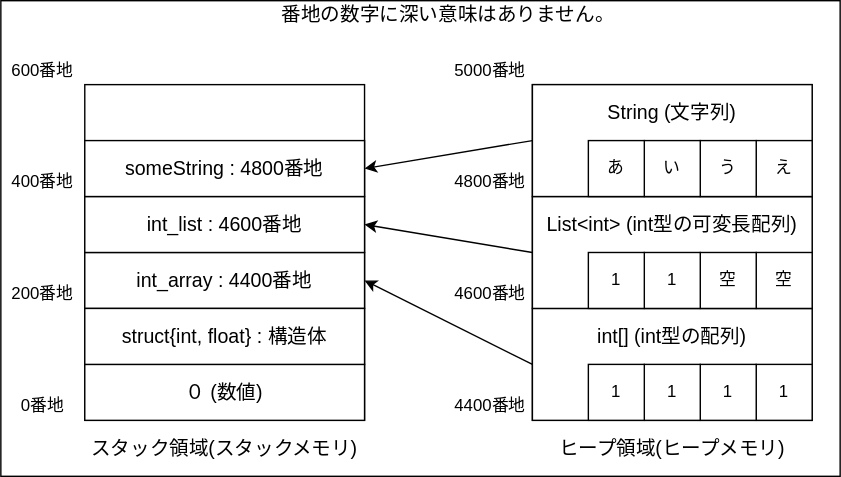
Above: Assets/Document/GCCollect/memory.drawio.svg in yusuke-ota/YuruMobPrograming (draw.io), before the change. Source tidied: cells renumbered, new cells last; positions are measured from the earlier drawing's top-left corner, leaving out a move shared by most shapes.
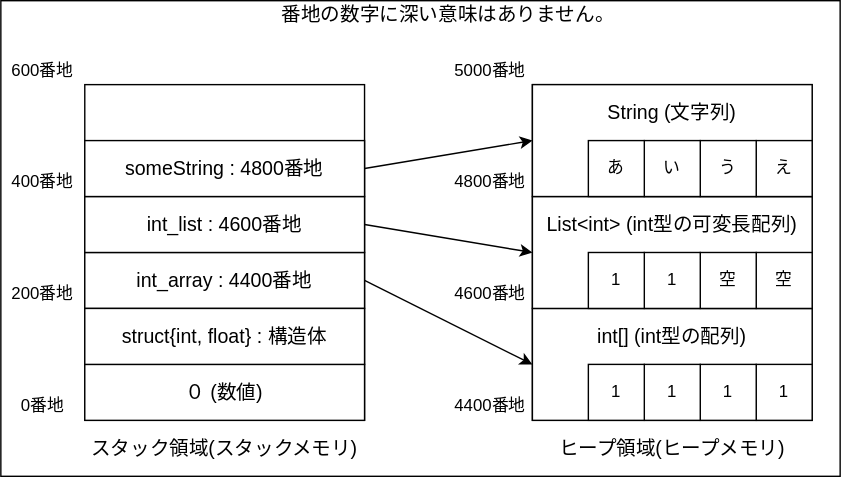
Later version of the same file.

Change to the diagram source:
```diff
@@ -53,7 +53,7 @@
     <mxCell id="18" value="int[] (int型の配列)" style="text;html=1;strokeColor=none;fillColor=none;align=center;verticalAlign=middle;whiteSpace=wrap;rounded=0;fontSize=14;" parent="1" vertex="1">
       <mxGeometry x="380" y="220" width="200" height="40" as="geometry" />
     </mxCell>
-    <mxCell id="19" style="endArrow=classic;html=1;entryX=1;entryY=0.5;entryDx=0;entryDy=0;exitX=0;exitY=0.5;exitDx=0;exitDy=0;" parent="1" edge="1" source="7" target="9">
+    <mxCell id="19" style="endArrow=none;html=1;entryX=1;entryY=0.5;entryDx=0;entryDy=0;exitX=0;exitY=0.5;exitDx=0;exitDy=0;startArrow=classic;startFill=1;endFill=0;" parent="1" edge="1" source="7" target="9">
       <mxGeometry relative="1" as="geometry" />
     </mxCell>
     <mxCell id="20" value="4400番地" style="text;html=1;strokeColor=none;fillColor=none;align=center;verticalAlign=middle;whiteSpace=wrap;rounded=0;" parent="1" vertex="1">
@@ -116,7 +116,7 @@
     <mxCell id="39" value="List&amp;lt;int&amp;gt; (int型の可変長配列)" style="text;html=1;strokeColor=none;fillColor=none;align=center;verticalAlign=middle;whiteSpace=wrap;rounded=0;fontSize=14;" parent="1" vertex="1">
       <mxGeometry x="380" y="140" width="200" height="40" as="geometry" />
     </mxCell>
-    <mxCell id="40" style="endArrow=classic;html=1;entryX=1;entryY=0.5;entryDx=0;entryDy=0;exitX=0;exitY=1;exitDx=0;exitDy=0;" parent="1" edge="1" source="39" target="29">
+    <mxCell id="40" style="endArrow=none;html=1;entryX=1;entryY=0.5;entryDx=0;entryDy=0;exitX=0;exitY=1;exitDx=0;exitDy=0;endFill=0;startArrow=classic;startFill=1;" parent="1" edge="1" source="39" target="29">
       <mxGeometry relative="1" as="geometry" />
     </mxCell>
     <mxCell id="41" style="rounded=0;whiteSpace=wrap;html=1;" parent="1" vertex="1">
@@ -155,7 +155,7 @@
     <mxCell id="52" value="String (文字列)" style="text;html=1;strokeColor=none;fillColor=none;align=center;verticalAlign=middle;whiteSpace=wrap;rounded=0;fontSize=14;" parent="1" vertex="1">
       <mxGeometry x="380" y="60" width="200" height="40" as="geometry" />
     </mxCell>
-    <mxCell id="53" style="endArrow=classic;html=1;entryX=1;entryY=0.5;entryDx=0;entryDy=0;exitX=0;exitY=1;exitDx=0;exitDy=0;" parent="1" edge="1" source="52" target="42">
+    <mxCell id="53" style="endArrow=none;html=1;entryX=1;entryY=0.5;entryDx=0;entryDy=0;exitX=0;exitY=1;exitDx=0;exitDy=0;startArrow=classic;startFill=1;endFill=0;" parent="1" edge="1" source="52" target="42">
       <mxGeometry relative="1" as="geometry" />
     </mxCell>
     <mxCell id="54" value="struct{int, float} : 構造体" style="rounded=0;whiteSpace=wrap;html=1;fontSize=14;" parent="1" vertex="1">
```
